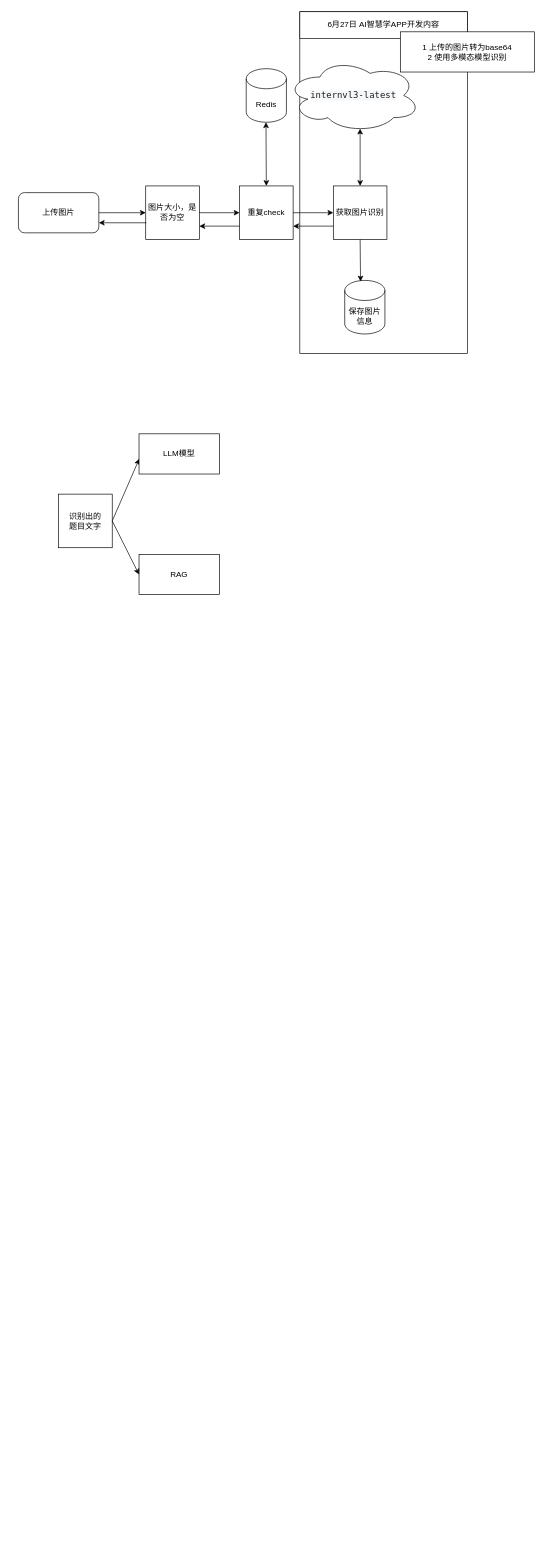
Earlier version of the draw.io diagram drawing-api/上传图片流程.drawio (yaom2018/AI-Smart-Learning). Source tidied: cells renumbered, new cells numbered last; positions are measured from the earlier drawing's top-left corner, leaving out a move shared by most shapes. Both pictures are drawn from the tidied source at 67%, with x=0, y=0 at pixel (18, 11).
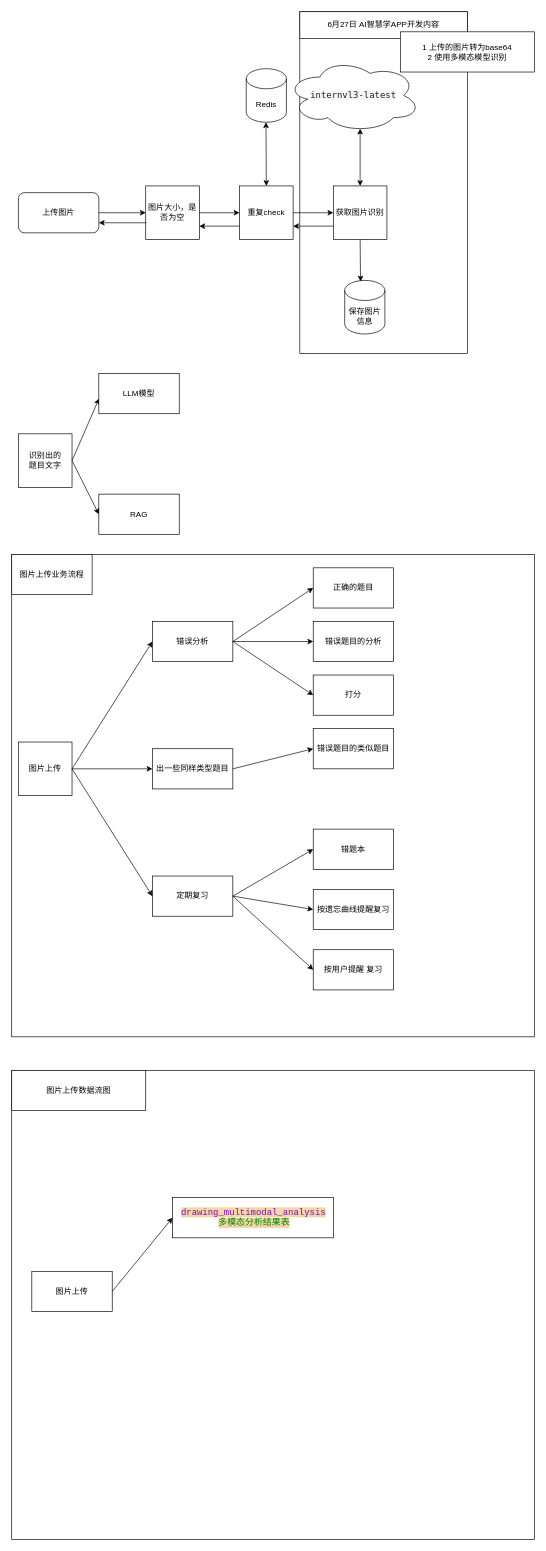
The same diagram, later.

The edit, as a diff of the source:
```diff
@@
+    <mxCell id="26" style="rounded=0;whiteSpace=wrap;html=1;" parent="1" vertex="1">
+      <mxGeometry x="-10" y="1580" width="780" height="700" as="geometry" />
+    </mxCell>
+    <mxCell id="27" style="rounded=0;whiteSpace=wrap;html=1;" parent="1" vertex="1">
+      <mxGeometry x="-10" y="810" width="780" height="720" as="geometry" />
+    </mxCell>
@@
     <mxCell id="19" value="识别出的&lt;div&gt;题目文字&lt;/div&gt;" style="whiteSpace=wrap;html=1;" parent="1" vertex="1">
-      <mxGeometry x="60" y="720" width="80" height="80" as="geometry" />
+      <mxGeometry y="630" width="80" height="80" as="geometry" />
     </mxCell>
@@
     <mxCell id="21" value="LLM模型" style="rounded=0;whiteSpace=wrap;html=1;" parent="1" vertex="1">
-      <mxGeometry x="180" y="630" width="120" height="60" as="geometry" />
+      <mxGeometry x="120" y="540" width="120" height="60" as="geometry" />
     </mxCell>
     <mxCell id="22" value="RAG" style="rounded=0;whiteSpace=wrap;html=1;" parent="1" vertex="1">
-      <mxGeometry x="180" y="810" width="120" height="60" as="geometry" />
+      <mxGeometry x="120" y="720" width="120" height="60" as="geometry" />
     </mxCell>
@@
+    <mxCell id="28" value="图片上传" style="whiteSpace=wrap;html=1;" parent="1" vertex="1">
+      <mxGeometry y="1090" width="80" height="80" as="geometry" />
+    </mxCell>
+    <mxCell id="29" value="错误分析" style="rounded=0;whiteSpace=wrap;html=1;" parent="1" vertex="1">
+      <mxGeometry x="200" y="910" width="120" height="60" as="geometry" />
+    </mxCell>
+    <mxCell id="30" value="出一些同样类型题目" style="rounded=0;whiteSpace=wrap;html=1;" parent="1" vertex="1">
+      <mxGeometry x="200" y="1100" width="120" height="60" as="geometry" />
+    </mxCell>
+    <mxCell id="31" value="定期复习" style="rounded=0;whiteSpace=wrap;html=1;" parent="1" vertex="1">
+      <mxGeometry x="200" y="1290" width="120" height="60" as="geometry" />
+    </mxCell>
+    <mxCell id="32" style="endArrow=classic;html=1;rounded=0;exitX=1;exitY=0.5;exitDx=0;exitDy=0;entryX=0;entryY=0.5;entryDx=0;entryDy=0;" parent="1" edge="1" source="28" target="29">
+      <mxGeometry relative="1" as="geometry" />
+    </mxCell>
+    <mxCell id="33" value="正确的题目" style="rounded=0;whiteSpace=wrap;html=1;" parent="1" vertex="1">
+      <mxGeometry x="440" y="830" width="120" height="60" as="geometry" />
+    </mxCell>
+    <mxCell id="34" value="错误题目的分析" style="rounded=0;whiteSpace=wrap;html=1;" parent="1" vertex="1">
+      <mxGeometry x="440" y="910" width="120" height="60" as="geometry" />
+    </mxCell>
+    <mxCell id="35" value="打分" style="rounded=0;whiteSpace=wrap;html=1;" parent="1" vertex="1">
+      <mxGeometry x="440" y="990" width="120" height="60" as="geometry" />
+    </mxCell>
+    <mxCell id="36" style="endArrow=classic;html=1;rounded=0;exitX=1;exitY=0.5;exitDx=0;exitDy=0;entryX=0;entryY=0.5;entryDx=0;entryDy=0;" parent="1" edge="1" source="29" target="33">
+      <mxGeometry relative="1" as="geometry" />
+    </mxCell>
+    <mxCell id="37" style="endArrow=classic;html=1;rounded=0;exitX=1;exitY=0.5;exitDx=0;exitDy=0;" parent="1" edge="1" source="29" target="34">
+      <mxGeometry relative="1" as="geometry" />
+    </mxCell>
+    <mxCell id="38" style="endArrow=classic;html=1;rounded=0;entryX=0;entryY=0.5;entryDx=0;entryDy=0;exitX=1;exitY=0.5;exitDx=0;exitDy=0;" parent="1" edge="1" source="29" target="35">
+      <mxGeometry relative="1" as="geometry" />
+    </mxCell>
+    <mxCell id="39" value="错误题目的类似题目" style="rounded=0;whiteSpace=wrap;html=1;" parent="1" vertex="1">
+      <mxGeometry x="440" y="1070" width="120" height="60" as="geometry" />
+    </mxCell>
+    <mxCell id="40" style="endArrow=classic;html=1;rounded=0;entryX=0;entryY=0.5;entryDx=0;entryDy=0;exitX=1;exitY=0.5;exitDx=0;exitDy=0;" parent="1" edge="1" source="30" target="39">
+      <mxGeometry relative="1" as="geometry" />
+    </mxCell>
+    <mxCell id="41" style="endArrow=classic;html=1;rounded=0;exitX=1;exitY=0.5;exitDx=0;exitDy=0;entryX=0;entryY=0.5;entryDx=0;entryDy=0;" parent="1" edge="1" source="28" target="30">
+      <mxGeometry relative="1" as="geometry" />
+    </mxCell>
+    <mxCell id="42" value="错题本" style="rounded=0;whiteSpace=wrap;html=1;" parent="1" vertex="1">
+      <mxGeometry x="440" y="1220" width="120" height="60" as="geometry" />
+    </mxCell>
+    <mxCell id="43" value="按遗忘曲线提醒复习" style="rounded=0;whiteSpace=wrap;html=1;" parent="1" vertex="1">
+      <mxGeometry x="440" y="1310" width="120" height="60" as="geometry" />
+    </mxCell>
+    <mxCell id="44" value="按用户提醒 复习" style="rounded=0;whiteSpace=wrap;html=1;" parent="1" vertex="1">
+      <mxGeometry x="440" y="1400" width="120" height="60" as="geometry" />
+    </mxCell>
+    <mxCell id="45" style="endArrow=classic;html=1;rounded=0;entryX=0;entryY=0.5;entryDx=0;entryDy=0;" parent="1" edge="1" target="31">
+      <mxGeometry relative="1" as="geometry">
+        <mxPoint x="80" y="1130" as="sourcePoint" />
+      </mxGeometry>
+    </mxCell>
+    <mxCell id="46" style="endArrow=classic;html=1;rounded=0;entryX=0;entryY=0.5;entryDx=0;entryDy=0;exitX=1;exitY=0.5;exitDx=0;exitDy=0;" parent="1" edge="1" source="31" target="42">
+      <mxGeometry relative="1" as="geometry" />
+    </mxCell>
+    <mxCell id="47" style="endArrow=classic;html=1;rounded=0;entryX=0;entryY=0.5;entryDx=0;entryDy=0;exitX=1;exitY=0.5;exitDx=0;exitDy=0;" parent="1" edge="1" source="31" target="43">
+      <mxGeometry relative="1" as="geometry" />
+    </mxCell>
+    <mxCell id="48" style="endArrow=classic;html=1;rounded=0;entryX=0;entryY=0.5;entryDx=0;entryDy=0;exitX=1;exitY=0.5;exitDx=0;exitDy=0;" parent="1" edge="1" source="31" target="44">
+      <mxGeometry relative="1" as="geometry" />
+    </mxCell>
+    <mxCell id="49" value="图片上传业务流程" style="rounded=0;whiteSpace=wrap;html=1;" parent="1" vertex="1">
+      <mxGeometry x="-10" y="810" width="120" height="60" as="geometry" />
+    </mxCell>
+    <mxCell id="50" value="图片上传数据流图" style="rounded=0;whiteSpace=wrap;html=1;" parent="1" vertex="1">
+      <mxGeometry x="-10" y="1580" width="200" height="60" as="geometry" />
+    </mxCell>
+    <mxCell id="51" value="图片上传" style="rounded=0;whiteSpace=wrap;html=1;" parent="1" vertex="1">
+      <mxGeometry x="20" y="1880" width="120" height="60" as="geometry" />
+    </mxCell>
+    <mxCell id="52" style="endArrow=classic;html=1;rounded=0;exitX=1;exitY=0.5;exitDx=0;exitDy=0;entryX=0;entryY=0.5;entryDx=0;entryDy=0;" parent="1" edge="1" source="51" target="53">
+      <mxGeometry relative="1" as="geometry" />
+    </mxCell>
+    <mxCell id="53" value="&lt;span style=&quot;background-color:#ffffff;padding:0px 0px 0px 2px;&quot;&gt;&lt;span style=&quot;font-family: Consolas; font-size: 10pt; white-space: pre;&quot;&gt;&lt;span style=&quot;color:#8e00c6;&quot;&gt;&lt;/span&gt;&lt;span style=&quot;color:#8e00c6;background-color:#f0d8a8;&quot;&gt;drawing_multimodal_analysis&lt;/span&gt;&lt;/span&gt;&lt;/span&gt;&lt;div&gt;&lt;span style=&quot;background-color:#ffffff;padding:0px 0px 0px 2px;&quot;&gt;&lt;span style=&quot;padding: 0px 0px 0px 2px;&quot;&gt;&lt;span style=&quot;font-family: Consolas; font-size: 10pt; white-space: pre;&quot;&gt;&lt;span style=&quot;color:#008000;&quot;&gt;&lt;/span&gt;&lt;span style=&quot;color:#008000;background-color:#f0d8a8;&quot;&gt;多模态分析结果表&lt;/span&gt;&lt;/span&gt;&lt;/span&gt;&lt;span style=&quot;font-family: Consolas; font-size: 10pt; white-space: pre;&quot;&gt;&lt;span style=&quot;color:#8e00c6;background-color:#f0d8a8;&quot;&gt;&lt;/span&gt;&lt;/span&gt;&lt;/span&gt;&lt;/div&gt;" style="rounded=0;whiteSpace=wrap;html=1;" parent="1" vertex="1">
+      <mxGeometry x="230" y="1770" width="240" height="60" as="geometry" />
+    </mxCell>
```
